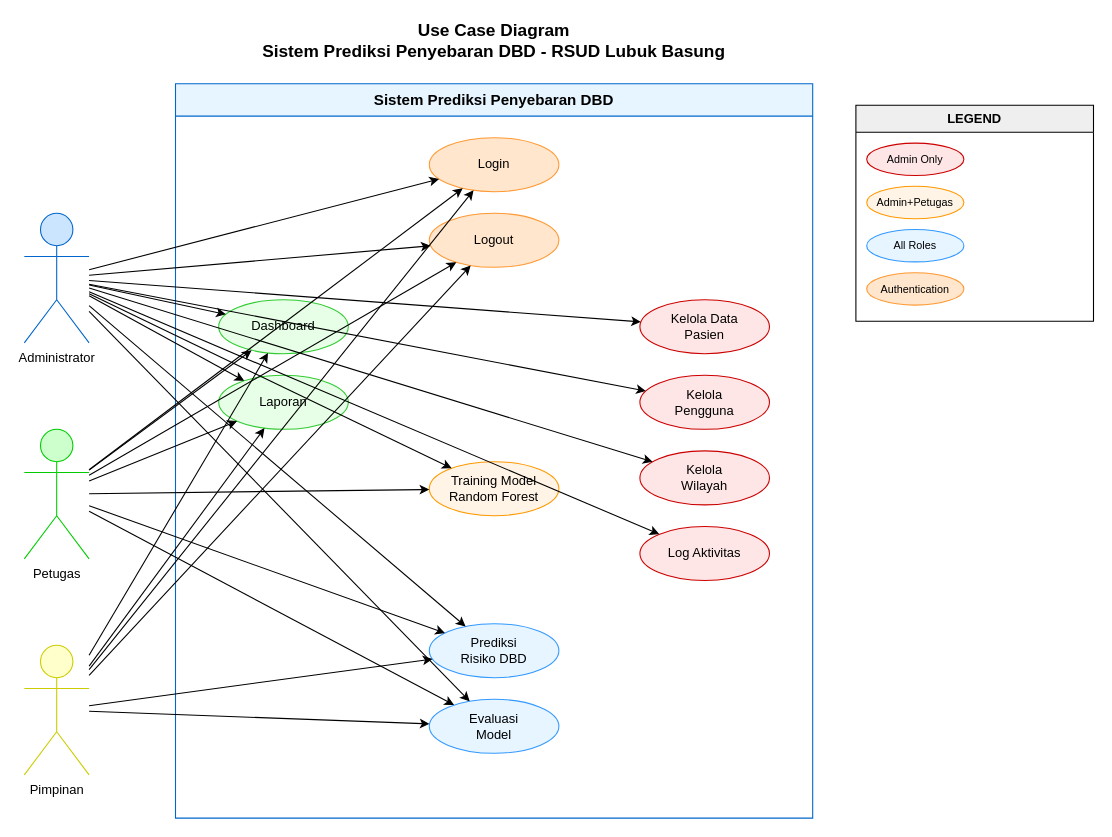
Suwardi87/prediksi-DBD keeps this draw.io diagram as Dokumen/UML/use_case_diagram.drawio. Above is the earlier version. Source tidied: cells renumbered, new cells numbered last; positions are measured from the earlier drawing's top-left corner, leaving out a move shared by most shapes. Both pictures are drawn from the tidied source at 108%, with x=0, y=0 at pixel (24, 18).
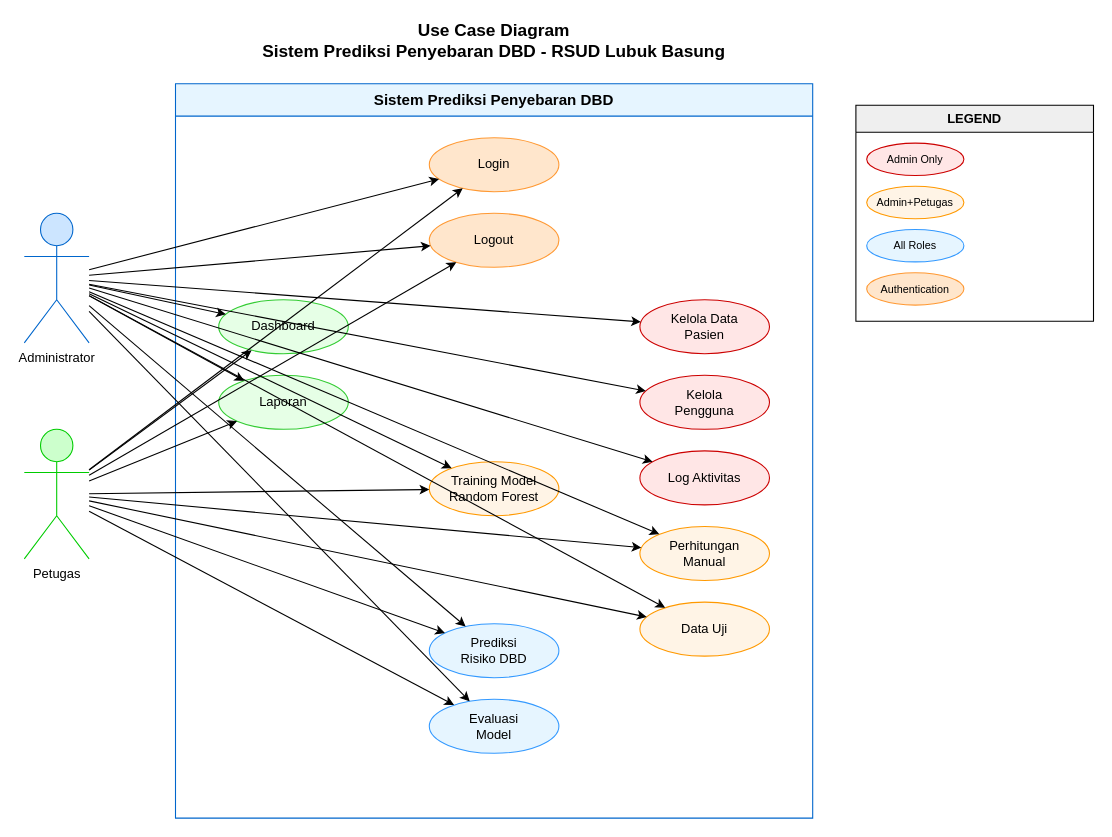
The same page after the edit.

Unchanged cells that the change refers to:
```xml
<mxCell id="3" value="Sistem Prediksi Penyebaran DBD" style="swimlane;whiteSpace=wrap;html=1;startSize=30;fillColor=#E6F5FF;strokeColor=#0066CC;fontSize=14;fontStyle=1;" parent="1" vertex="1">
  <mxGeometry x="140" y="60" width="590" height="680" as="geometry" />
</mxCell>
<mxCell id="4" value="Login" style="ellipse;whiteSpace=wrap;html=1;fillColor=#FFE6CC;strokeColor=#FF9933;" parent="3" vertex="1">
  <mxGeometry x="235" y="50" width="120" height="50" as="geometry" />
</mxCell>
<mxCell id="5" value="Logout" style="ellipse;whiteSpace=wrap;html=1;fillColor=#FFE6CC;strokeColor=#FF9933;" parent="3" vertex="1">
  <mxGeometry x="235" y="120" width="120" height="50" as="geometry" />
</mxCell>
<mxCell id="6" value="Dashboard" style="ellipse;whiteSpace=wrap;html=1;fillColor=#E6FFE6;strokeColor=#33CC33;" parent="3" vertex="1">
  <mxGeometry x="40" y="200" width="120" height="50" as="geometry" />
</mxCell>
<mxCell id="7" value="Laporan" style="ellipse;whiteSpace=wrap;html=1;fillColor=#E6FFE6;strokeColor=#33CC33;" parent="3" vertex="1">
  <mxGeometry x="40" y="270" width="120" height="50" as="geometry" />
</mxCell>
<mxCell id="13" value="Prediksi&#10;Risiko DBD" style="ellipse;whiteSpace=wrap;html=1;fillColor=#E6F5FF;strokeColor=#3399FF;" parent="3" vertex="1">
  <mxGeometry x="235" y="500" width="120" height="50" as="geometry" />
</mxCell>
<mxCell id="14" value="Evaluasi&#10;Model" style="ellipse;whiteSpace=wrap;html=1;fillColor=#E6F5FF;strokeColor=#3399FF;" parent="3" vertex="1">
  <mxGeometry x="235" y="570" width="120" height="50" as="geometry" />
</mxCell>
<mxCell id="15" value="Administrator" style="shape=umlActor;verticalLabelPosition=bottom;verticalAlign=top;html=1;fillColor=#CCE5FF;strokeColor=#0066CC;" parent="1" vertex="1">
  <mxGeometry y="180" width="60" height="120" as="geometry" />
</mxCell>
<mxCell id="16" value="Petugas" style="shape=umlActor;verticalLabelPosition=bottom;verticalAlign=top;html=1;fillColor=#CCFFCC;strokeColor=#00CC00;" parent="1" vertex="1">
  <mxGeometry y="380" width="60" height="120" as="geometry" />
</mxCell>
```

What changed in the source:
```diff
@@
+    <mxCell id="11" value="Log Aktivitas" style="ellipse;whiteSpace=wrap;html=1;fillColor=#FFE6E6;strokeColor=#CC0000;" parent="3" vertex="1">
+      <mxGeometry x="430" y="340" width="120" height="50" as="geometry" />
+    </mxCell>
-    <mxCell id="10" value="Kelola&#10;Wilayah" style="ellipse;whiteSpace=wrap;html=1;fillColor=#FFE6E6;strokeColor=#CC0000;" parent="3" vertex="1">
-      <mxGeometry x="430" y="340" width="120" height="50" as="geometry" />
+    <mxCell id="10" value="Perhitungan&#10;Manual" style="ellipse;whiteSpace=wrap;html=1;fillColor=#FFF4E6;strokeColor=#FF9900;" parent="3" vertex="1">
+      <mxGeometry x="430" y="410" width="120" height="50" as="geometry" />
     </mxCell>
-    <mxCell id="11" value="Log Aktivitas" style="ellipse;whiteSpace=wrap;html=1;fillColor=#FFE6E6;strokeColor=#CC0000;" parent="3" vertex="1">
-      <mxGeometry x="430" y="410" width="120" height="50" as="geometry" />
-    </mxCell>
+    <mxCell id="47" value="Data Uji" style="ellipse;whiteSpace=wrap;html=1;fillColor=#FFF4E6;strokeColor=#FF9900;" parent="3" vertex="1">
+      <mxGeometry x="430" y="480" width="120" height="50" as="geometry" />
+    </mxCell>
@@
-    <mxCell id="17" value="Pimpinan" style="shape=umlActor;verticalLabelPosition=bottom;verticalAlign=top;html=1;fillColor=#FFFFCC;strokeColor=#CCCC00;" parent="1" vertex="1">
-      <mxGeometry y="580" width="60" height="120" as="geometry" />
-    </mxCell>
@@
+    <mxCell id="25" parent="1" edge="1" source="15" target="11">
+      <mxGeometry relative="1" as="geometry" />
+    </mxCell>
@@
-    <mxCell id="25" parent="1" edge="1" source="15" target="11">
-      <mxGeometry relative="1" as="geometry" />
-    </mxCell>
+    <mxCell id="48" parent="1" edge="1" source="15" target="47">
+      <mxGeometry relative="1" as="geometry" />
+    </mxCell>
@@
-    <mxCell id="36" parent="1" edge="1" source="17" target="4">
-      <mxGeometry relative="1" as="geometry" />
-    </mxCell>
-    <mxCell id="37" parent="1" edge="1" source="17" target="5">
-      <mxGeometry relative="1" as="geometry" />
-    </mxCell>
-    <mxCell id="38" parent="1" edge="1" source="17" target="6">
-      <mxGeometry relative="1" as="geometry" />
-    </mxCell>
-    <mxCell id="39" parent="1" edge="1" source="17" target="7">
-      <mxGeometry relative="1" as="geometry" />
-    </mxCell>
-    <mxCell id="40" parent="1" edge="1" source="17" target="13">
-      <mxGeometry relative="1" as="geometry" />
-    </mxCell>
-    <mxCell id="41" parent="1" edge="1" source="17" target="14">
-      <mxGeometry relative="1" as="geometry" />
-    </mxCell>
+    <mxCell id="49" parent="1" edge="1" source="16" target="10">
+      <mxGeometry relative="1" as="geometry" />
+    </mxCell>
+    <mxCell id="50" parent="1" edge="1" source="16" target="47">
+      <mxGeometry relative="1" as="geometry" />
+    </mxCell>
```
